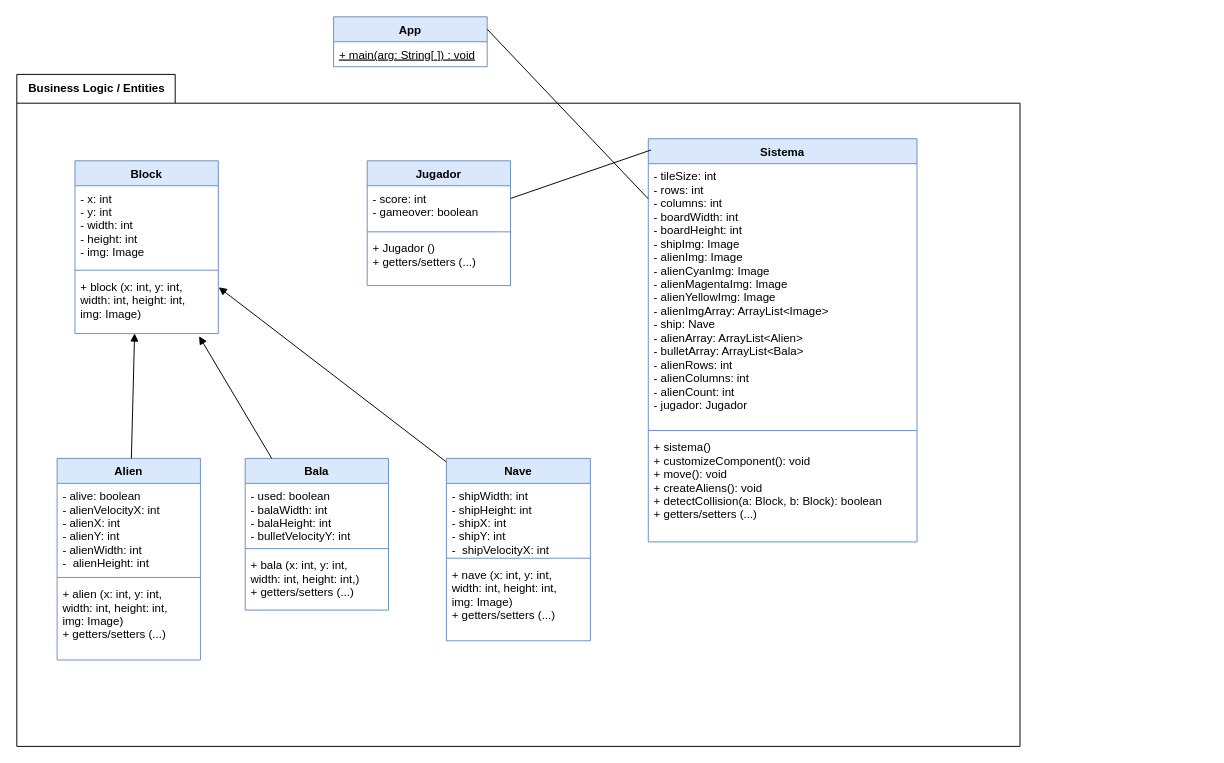
Before: desing/DC.drawio in AndresVeas/STARSHIPGAME, a draw.io diagram. Source tidied: cells renumbered, new cells numbered last; positions are measured from the earlier drawing's top-left corner, leaving out a move shared by most shapes. Both pictures are drawn from the tidied source at 96%, with x=0, y=0 at pixel (16, 16).
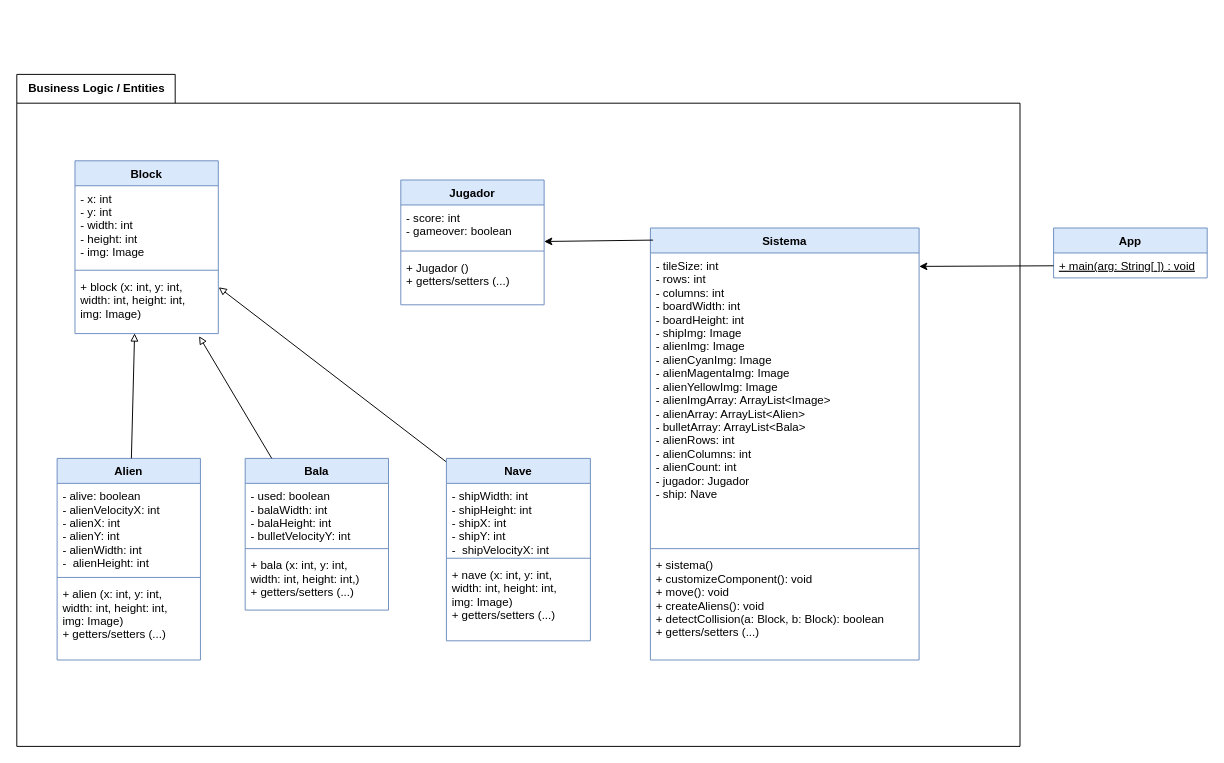
The same page after the edit.

Unchanged cells that the change refers to:
```xml
<mxCell id="2" value="Business Logic / Entities" style="shape=folder;fontStyle=1;tabWidth=165;tabHeight=30;tabPosition=left;html=1;boundedLbl=1;labelInHeader=1;" parent="1" vertex="1">
  <mxGeometry y="60" width="1045" height="700" as="geometry" />
</mxCell>
<mxCell id="7" value="+ block (x: int, y: int, &#10;width: int, height: int,&#10;img: Image)&#10;" style="text;strokeColor=none;fillColor=none;align=left;verticalAlign=top;spacingLeft=4;spacingRight=4;overflow=hidden;points=[[0,0.5],[1,0.5]];portConstraint=eastwest;" parent="4" vertex="1">
  <mxGeometry y="118" width="149.3" height="62" as="geometry" />
</mxCell>
<mxCell id="12" value="Bala" style="swimlane;fontStyle=1;align=center;verticalAlign=top;horizontal=1;startSize=26;fillColor=#dae8fc;strokeColor=#6c8ebf;" parent="2" vertex="1">
  <mxGeometry x="237.9" y="400" width="149.3" height="158" as="geometry" />
</mxCell>
<mxCell id="20" value="Alien" style="swimlane;fontStyle=1;align=center;verticalAlign=top;horizontal=1;startSize=26;fillColor=#dae8fc;strokeColor=#6c8ebf;" parent="2" vertex="1">
  <mxGeometry x="42" y="400" width="149.3" height="210" as="geometry" />
</mxCell>
<mxCell id="28" value="Nave" style="swimlane;fontStyle=1;align=center;verticalAlign=top;horizontal=1;startSize=26;fillColor=#dae8fc;strokeColor=#6c8ebf;" parent="2" vertex="1">
  <mxGeometry x="447.5" y="400" width="150" height="190" as="geometry" />
</mxCell>
<mxCell id="33" value="+ main(arg: String[ ]) : void" style="text;strokeColor=none;fillColor=none;align=left;verticalAlign=top;spacingLeft=4;spacingRight=4;overflow=hidden;points=[[0,0.5],[1,0.5]];portConstraint=eastwest;fontStyle=4;" parent="32" vertex="1">
  <mxGeometry y="26" width="160" height="26" as="geometry" />
</mxCell>
```

Diff of the diagram source:
```diff
@@
     <mxCell id="8" value="Sistema" style="swimlane;fontStyle=1;align=center;verticalAlign=top;horizontal=1;startSize=26;fillColor=#dae8fc;strokeColor=#6c8ebf;" parent="2" vertex="1">
-      <mxGeometry x="657.8" y="67" width="279.9" height="420" as="geometry" />
+      <mxGeometry x="660" y="160" width="279.9" height="450" as="geometry" />
     </mxCell>
-    <mxCell id="9" value="- tileSize: int&#10;- rows: int&#10;- columns: int&#10;- boardWidth: int &#10;- boardHeight: int&#10;- shipImg: Image&#10;- alienImg: Image&#10;- alienCyanImg: Image&#10;- alienMagentaImg: Image&#10;- alienYellowImg: Image&#10;- alienImgArray: ArrayList&lt;Image&gt;&#10;- ship: Nave&#10;- alienArray: ArrayList&lt;Alien&gt;&#10;- bulletArray: ArrayList&lt;Bala&gt;&#10;- alienRows: int&#10;- alienColumns: int&#10;- alienCount: int&#10;- jugador: Jugador" style="text;strokeColor=none;fillColor=none;align=left;verticalAlign=top;spacingLeft=4;spacingRight=4;overflow=hidden;" parent="8" vertex="1">
-      <mxGeometry y="26" width="279.9" height="274" as="geometry" />
+    <mxCell id="9" value="- tileSize: int&#10;- rows: int&#10;- columns: int&#10;- boardWidth: int &#10;- boardHeight: int&#10;- shipImg: Image&#10;- alienImg: Image&#10;- alienCyanImg: Image&#10;- alienMagentaImg: Image&#10;- alienYellowImg: Image&#10;- alienImgArray: ArrayList&lt;Image&gt;&#10;- alienArray: ArrayList&lt;Alien&gt;&#10;- bulletArray: ArrayList&lt;Bala&gt;&#10;- alienRows: int&#10;- alienColumns: int&#10;- alienCount: int&#10;- jugador: Jugador&#10;- ship: Nave&#10;" style="text;strokeColor=none;fillColor=none;align=left;verticalAlign=top;spacingLeft=4;spacingRight=4;overflow=hidden;" parent="8" vertex="1">
+      <mxGeometry y="26" width="279.9" height="304" as="geometry" />
     </mxCell>
     <mxCell id="10" style="line;strokeWidth=1;fillColor=none;align=left;verticalAlign=middle;spacingTop=-1;spacingLeft=3;spacingRight=3;labelPosition=right;strokeColor=inherit;" parent="8" vertex="1">
-      <mxGeometry y="300" width="279.9" height="8" as="geometry" />
+      <mxGeometry y="330" width="279.9" height="8" as="geometry" />
     </mxCell>
     <mxCell id="11" value="+ sistema()&#10;+ customizeComponent(): void&#10;+ move(): void&#10;+ createAliens(): void&#10;+ detectCollision(a: Block, b: Block): boolean&#10;+ getters/setters (...)" style="text;strokeColor=none;fillColor=none;align=left;verticalAlign=top;spacingLeft=4;spacingRight=4;overflow=hidden;" parent="8" vertex="1">
-      <mxGeometry y="308" width="279.9" height="112" as="geometry" />
+      <mxGeometry y="338" width="279.9" height="112" as="geometry" />
     </mxCell>
@@
     <mxCell id="16" value="Jugador" style="swimlane;fontStyle=1;align=center;verticalAlign=top;horizontal=1;startSize=26;fillColor=#dae8fc;strokeColor=#6c8ebf;" parent="2" vertex="1">
-      <mxGeometry x="365" y="90" width="149.3" height="130" as="geometry" />
+      <mxGeometry x="400" y="110" width="149.3" height="130" as="geometry" />
     </mxCell>
@@
-    <mxCell id="24" style="edgeStyle=none;html=1;entryX=0.416;entryY=0.996;entryDx=0;entryDy=0;entryPerimeter=0;endArrow=block;endFill=1;" parent="2" edge="1" source="20" target="7">
+    <mxCell id="24" style="edgeStyle=none;html=1;entryX=0.416;entryY=0.996;entryDx=0;entryDy=0;entryPerimeter=0;endArrow=block;endFill=0;" parent="2" edge="1" source="20" target="7">
       <mxGeometry relative="1" as="geometry" />
     </mxCell>
-    <mxCell id="25" style="edgeStyle=none;html=1;entryX=0.866;entryY=1.044;entryDx=0;entryDy=0;entryPerimeter=0;endArrow=block;endFill=1;" parent="2" edge="1" source="12" target="7">
+    <mxCell id="25" style="edgeStyle=none;html=1;entryX=0.866;entryY=1.044;entryDx=0;entryDy=0;entryPerimeter=0;endArrow=block;endFill=0;" parent="2" edge="1" source="12" target="7">
       <mxGeometry relative="1" as="geometry" />
     </mxCell>
-    <mxCell id="26" style="edgeStyle=none;html=1;entryX=1.003;entryY=0.222;entryDx=0;entryDy=0;entryPerimeter=0;endArrow=block;endFill=1;exitX=0.012;exitY=0.027;exitDx=0;exitDy=0;exitPerimeter=0;" parent="2" edge="1" source="28" target="7">
+    <mxCell id="26" style="edgeStyle=none;html=1;entryX=1.003;entryY=0.222;entryDx=0;entryDy=0;entryPerimeter=0;endArrow=block;endFill=0;exitX=0.012;exitY=0.027;exitDx=0;exitDy=0;exitPerimeter=0;" parent="2" edge="1" source="28" target="7">
       <mxGeometry relative="1" as="geometry" />
     </mxCell>
-    <mxCell id="27" style="edgeStyle=none;html=1;endArrow=none;endFill=0;entryX=0.01;entryY=0.028;entryDx=0;entryDy=0;entryPerimeter=0;" parent="2" edge="1" source="16" target="8">
+    <mxCell id="27" style="edgeStyle=none;html=1;endArrow=none;endFill=0;entryX=0.01;entryY=0.028;entryDx=0;entryDy=0;entryPerimeter=0;startArrow=classic;startFill=1;" parent="2" edge="1" source="16" target="8">
       <mxGeometry relative="1" as="geometry" />
     </mxCell>
@@
     <mxCell id="32" value="App" style="swimlane;fontStyle=1;align=center;verticalAlign=top;horizontal=1;startSize=26;fillColor=#dae8fc;strokeColor=#6c8ebf;" parent="1" vertex="1">
-      <mxGeometry x="330" width="160" height="52" as="geometry" />
+      <mxGeometry x="1080" y="220" width="160" height="52" as="geometry" />
     </mxCell>
@@
-    <mxCell id="34" style="edgeStyle=none;html=1;entryX=1;entryY=0.25;entryDx=0;entryDy=0;endArrow=none;endFill=0;" parent="1" edge="1" source="8" target="32">
-      <mxGeometry relative="1" as="geometry" />
-    </mxCell>
+    <mxCell id="35" style="edgeStyle=none;html=1;" parent="1" edge="1" source="33">
+      <mxGeometry relative="1" as="geometry">
+        <mxPoint x="940" y="260" as="targetPoint" />
+      </mxGeometry>
+    </mxCell>
```
